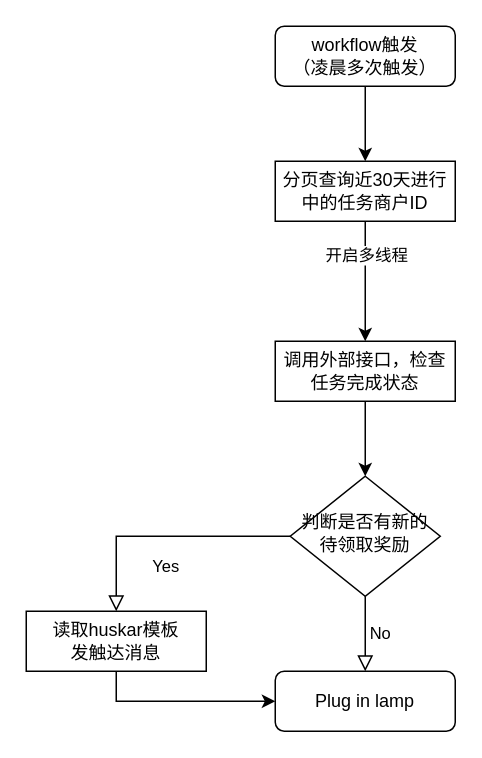
jon-kong/draw.io keeps this draw.io diagram as 商户任务.drawio. Above is the earlier version. Source tidied: cells renumbered, new cells numbered last; positions are measured from the earlier drawing's top-left corner, leaving out a move shared by most shapes. Both pictures are drawn from the tidied source at 150%, with x=0, y=0 at pixel (26, 26).
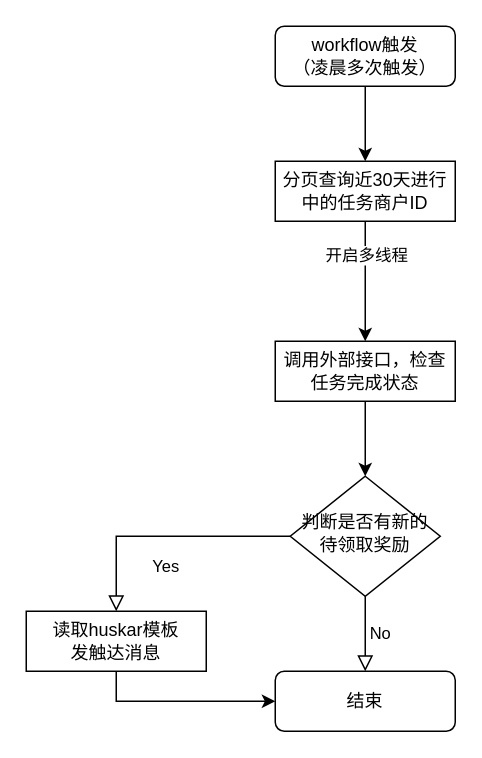
The same diagram, later.

Diff of the diagram source:
```diff
@@
 <mxGraphModel>
   <root>
     <mxCell id="0" />
     <mxCell id="1" parent="0" />
     <mxCell id="2" style="edgeStyle=orthogonalEdgeStyle;rounded=0;jettySize=auto;html=1;" parent="1" edge="1" source="3" target="6">
       <mxGeometry relative="1" as="geometry" />
     </mxCell>
     <mxCell id="3" value="workflow触发&lt;br&gt;（凌晨多次触发）" style="rounded=1;whiteSpace=wrap;html=1;fontSize=12;glass=0;strokeWidth=1;shadow=0;" parent="1" vertex="1">
       <mxGeometry x="166" width="120" height="40" as="geometry" />
     </mxCell>
     <mxCell id="4" style="edgeStyle=orthogonalEdgeStyle;rounded=0;jettySize=auto;html=1;" parent="1" edge="1" source="6" target="8">
       <mxGeometry relative="1" as="geometry" />
     </mxCell>
     <mxCell id="5" value="开启多线程" style="edgeLabel;html=1;align=center;verticalAlign=middle;" parent="4" vertex="1">
       <mxGeometry x="-0.45" relative="1" as="geometry" />
     </mxCell>
     <mxCell id="6" value="分页查询近30天进行中的任务商户ID" style="rounded=0;whiteSpace=wrap;html=1;fontSize=12;glass=0;strokeWidth=1;shadow=0;" parent="1" vertex="1">
       <mxGeometry x="166" y="90" width="120" height="40" as="geometry" />
     </mxCell>
     <mxCell id="7" style="edgeStyle=orthogonalEdgeStyle;rounded=0;jettySize=auto;html=1;" parent="1" edge="1" source="8" target="11">
       <mxGeometry relative="1" as="geometry" />
     </mxCell>
     <mxCell id="8" value="调用外部接口，检查任务完成状态" style="rounded=0;whiteSpace=wrap;html=1;fontSize=12;glass=0;strokeWidth=1;shadow=0;" parent="1" vertex="1">
       <mxGeometry x="166" y="210" width="120" height="40" as="geometry" />
     </mxCell>
     <mxCell id="9" value="Yes" style="rounded=0;html=1;jettySize=auto;fontSize=11;endArrow=block;endFill=0;endSize=8;strokeWidth=1;shadow=0;labelBackgroundColor=none;edgeStyle=orthogonalEdgeStyle;entryX=0.5;entryY=0;entryDx=0;entryDy=0;" parent="1" edge="1" source="11" target="14">
       <mxGeometry y="20" relative="1" as="geometry" />
     </mxCell>
     <mxCell id="10" value="No" style="edgeStyle=orthogonalEdgeStyle;rounded=0;html=1;jettySize=auto;fontSize=11;endArrow=block;endFill=0;endSize=8;strokeWidth=1;shadow=0;labelBackgroundColor=none;" parent="1" edge="1" source="11" target="12">
       <mxGeometry y="10" relative="1" as="geometry" />
     </mxCell>
     <mxCell id="11" value="判断是否有新的待领取奖励" style="rhombus;whiteSpace=wrap;html=1;shadow=0;fontFamily=Helvetica;fontSize=12;align=center;strokeWidth=1;spacing=6;spacingTop=-4;" parent="1" vertex="1">
       <mxGeometry x="176" y="300" width="100" height="80" as="geometry" />
     </mxCell>
-    <mxCell id="12" value="Plug in lamp" style="rounded=1;whiteSpace=wrap;html=1;fontSize=12;glass=0;strokeWidth=1;shadow=0;" parent="1" vertex="1">
+    <mxCell id="12" value="结束" style="rounded=1;whiteSpace=wrap;html=1;fontSize=12;glass=0;strokeWidth=1;shadow=0;" parent="1" vertex="1">
       <mxGeometry x="166" y="430" width="120" height="40" as="geometry" />
     </mxCell>
     <mxCell id="13" style="edgeStyle=orthogonalEdgeStyle;rounded=0;jettySize=auto;html=1;exitX=0.5;exitY=1;exitDx=0;exitDy=0;entryX=0;entryY=0.5;entryDx=0;entryDy=0;" parent="1" edge="1" source="14" target="12">
       <mxGeometry relative="1" as="geometry" />
     </mxCell>
     <mxCell id="14" value="读取huskar模板&lt;br&gt;发触达消息" style="rounded=0;whiteSpace=wrap;html=1;fontSize=12;glass=0;strokeWidth=1;shadow=0;" parent="1" vertex="1">
       <mxGeometry y="390" width="120" height="40" as="geometry" />
     </mxCell>
   </root>
 </mxGraphModel>
```
